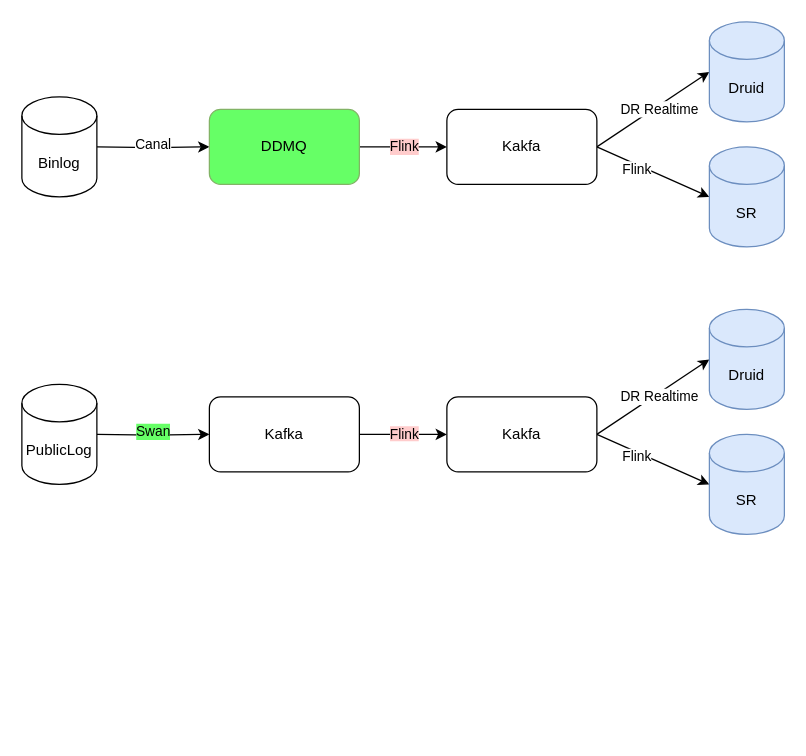
Above: DT压测冗余链路.drawio in labud/pictures (draw.io), before the change. Source tidied: cells renumbered, new cells numbered last; positions are measured from the earlier drawing's top-left corner, leaving out a move shared by most shapes. Both pictures are drawn from the tidied source at 125%, with x=0, y=0 at pixel (21, 21).
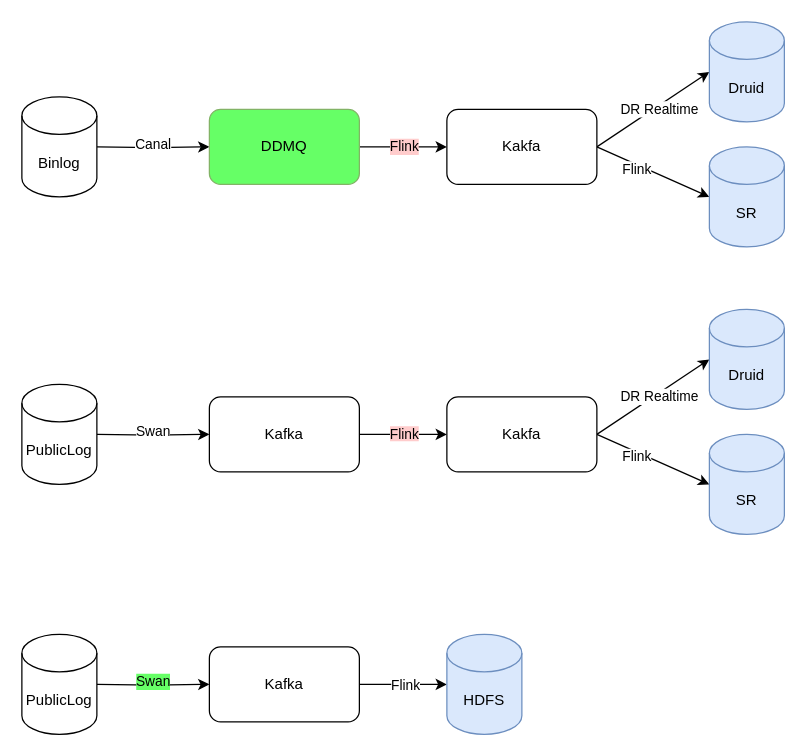
After the change.

Commit message:
Update DT压测冗余链路.drawio

Unchanged cells that the change refers to:
```xml
<mxCell id="15" style="edgeStyle=orthogonalEdgeStyle;rounded=0;jettySize=auto;html=1;exitX=1;exitY=0.5;exitDx=0;exitDy=0;" parent="1" edge="1" target="19">
  <mxGeometry relative="1" as="geometry">
    <mxPoint x="60" y="330" as="sourcePoint" />
  </mxGeometry>
</mxCell>
```

Change to the diagram source:
```diff
@@
-    <mxCell id="16" value="Swan" style="edgeLabel;html=1;align=center;verticalAlign=middle;labelBackgroundColor=#66FF66;" parent="15" vertex="1">
+    <mxCell id="16" value="Swan" style="edgeLabel;html=1;align=center;verticalAlign=middle;labelBackgroundColor=#FFFFFF;" parent="15" vertex="1">
       <mxGeometry x="-0.02" y="3" relative="1" as="geometry" />
     </mxCell>
@@
+    <mxCell id="28" style="edgeStyle=orthogonalEdgeStyle;rounded=0;jettySize=auto;html=1;exitX=1;exitY=0.5;exitDx=0;exitDy=0;" parent="1" edge="1" target="32">
+      <mxGeometry relative="1" as="geometry">
+        <mxPoint x="60" y="530" as="sourcePoint" />
+      </mxGeometry>
+    </mxCell>
+    <mxCell id="29" value="Swan" style="edgeLabel;html=1;align=center;verticalAlign=middle;labelBackgroundColor=#66FF66;" parent="28" vertex="1">
+      <mxGeometry x="-0.02" y="3" relative="1" as="geometry" />
+    </mxCell>
+    <mxCell id="30" style="edgeStyle=orthogonalEdgeStyle;rounded=0;jettySize=auto;html=1;exitX=1;exitY=0.5;exitDx=0;exitDy=0;entryX=0;entryY=0.5;entryDx=0;entryDy=0;" parent="1" edge="1" source="32">
+      <mxGeometry relative="1" as="geometry">
+        <mxPoint x="340" y="530" as="targetPoint" />
+      </mxGeometry>
+    </mxCell>
+    <mxCell id="31" value="&lt;span style=&quot;&quot;&gt;Flink&lt;/span&gt;" style="edgeLabel;html=1;align=center;verticalAlign=middle;labelBackgroundColor=#FFFFFF;" parent="30" vertex="1">
+      <mxGeometry y="1" relative="1" as="geometry" />
+    </mxCell>
+    <mxCell id="32" value="Kafka" style="rounded=1;whiteSpace=wrap;html=1;" parent="1" vertex="1">
+      <mxGeometry x="150" y="500" width="120" height="60" as="geometry" />
+    </mxCell>
+    <mxCell id="33" value="PublicLog" style="shape=cylinder3;whiteSpace=wrap;html=1;boundedLbl=1;backgroundOutline=1;size=15;" parent="1" vertex="1">
+      <mxGeometry y="490" width="60" height="80" as="geometry" />
+    </mxCell>
+    <mxCell id="34" value="HDFS" style="shape=cylinder3;whiteSpace=wrap;html=1;boundedLbl=1;backgroundOutline=1;size=15;fillColor=#dae8fc;strokeColor=#6c8ebf;" parent="1" vertex="1">
+      <mxGeometry x="340" y="490" width="60" height="80" as="geometry" />
+    </mxCell>
```
